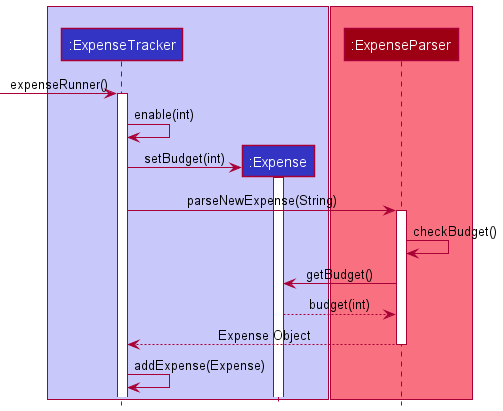
The PlantUML diagram docs/images/BudgetingReminderSequenceDiagram.png in nus-cs2113-AY2122S2/tp, before a commit. Source of this version:
```plantuml
@startuml
!include style.puml

box LOGIC_COLOR_T1
participant ":ExpenseTracker" as ExpenseTracker LOGIC_COLOR
participant ":Expense" as Expense LOGIC_COLOR
end box

box  MODEL_COLOR_T1
participant ":ExpenseParser" as ExpenseParser MODEL_COLOR
end box

[-> ExpenseTracker : expenseRunner()
activate ExpenseTracker

ExpenseTracker -> ExpenseTracker : enable(int)
create Expense
ExpenseTracker -> Expense : setBudget(int)
activate Expense
deactivate Expense

ExpenseTracker -> ExpenseParser : parseNewExpense(String)
activate ExpenseParser
ExpenseParser -> ExpenseParser : checkBudget()
ExpenseParser -> Expense : getBudget()
Expense --> ExpenseParser : budget(int)
ExpenseParser --> ExpenseTracker : Expense Object
deactivate ExpenseParser

ExpenseTracker -> ExpenseTracker : addExpense(Expense)

@enduml
```
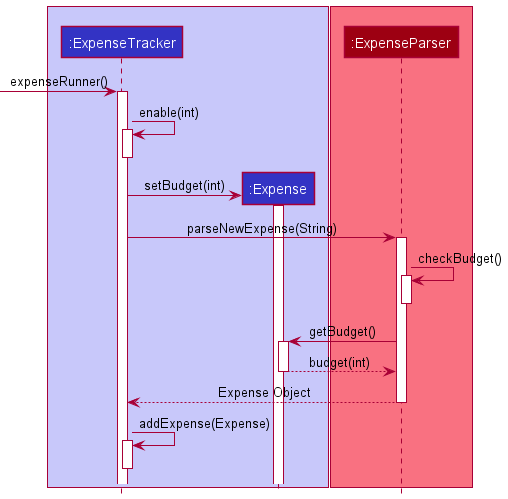
Later version of the same file.

The edit, as a diff of the source:
```diff
@@ -1,5 +1,5 @@
 @startuml
-!include style.puml
+!include Style.puml
 
 box LOGIC_COLOR_T1
 participant ":ExpenseTracker" as ExpenseTracker LOGIC_COLOR
@@ -14,19 +14,32 @@
 activate ExpenseTracker
 
 ExpenseTracker -> ExpenseTracker : enable(int)
+activate ExpenseTracker
+deactivate ExpenseTracker
 create Expense
 ExpenseTracker -> Expense : setBudget(int)
 activate Expense
-deactivate Expense
+
 
 ExpenseTracker -> ExpenseParser : parseNewExpense(String)
 activate ExpenseParser
 ExpenseParser -> ExpenseParser : checkBudget()
+activate ExpenseParser
+deactivate ExpenseParser
+
 ExpenseParser -> Expense : getBudget()
+activate Expense
+
 Expense --> ExpenseParser : budget(int)
+deactivate Expense
+
 ExpenseParser --> ExpenseTracker : Expense Object
 deactivate ExpenseParser
 
-ExpenseTracker -> ExpenseTracker : addExpense(Expense)
+
+ExpenseTracker -> ExpenseTracker :  addExpense(Expense)
+activate ExpenseTracker
+
+deactivate ExpenseTracker
 
 @enduml
```
